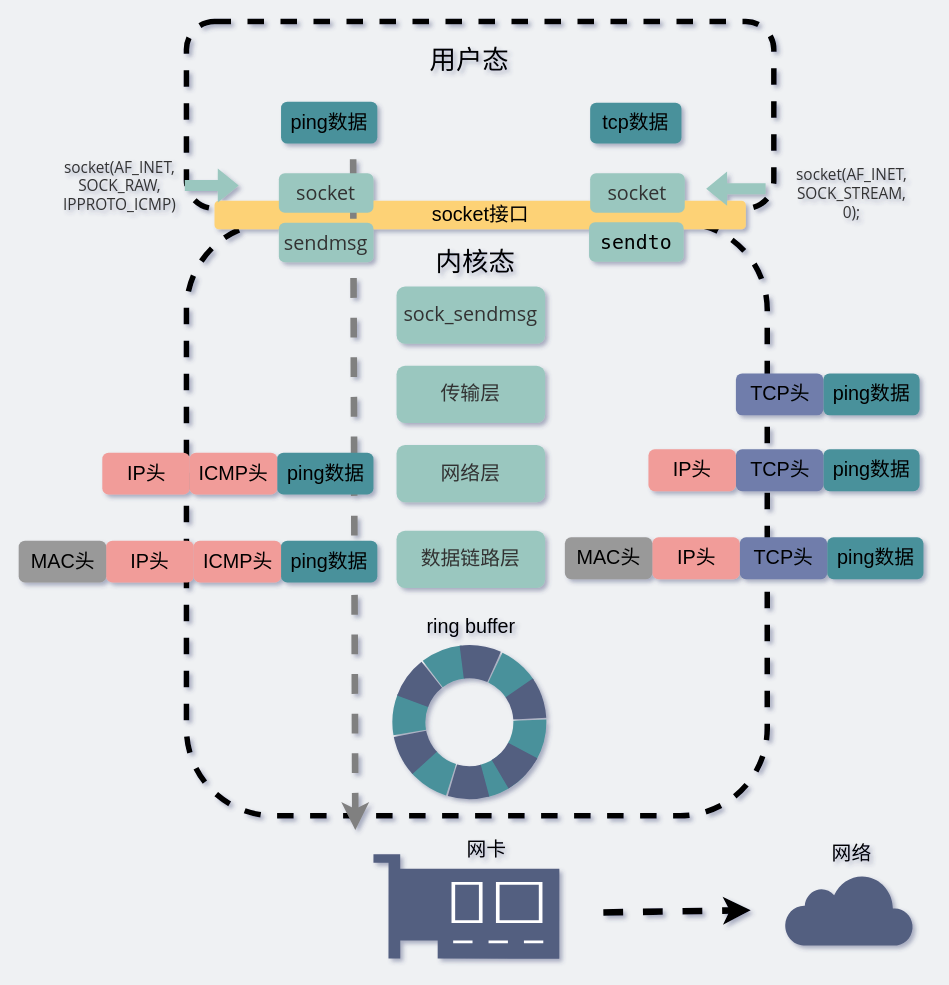
The draw.io diagram network/ping回环地址.drawio in xiaobaiTech/image, before the edit. Source tidied: cells renumbered, new cells numbered last; positions are measured from the earlier drawing's top-left corner, leaving out a move shared by most shapes. Both pictures are drawn from the tidied source at 110%, with x=0, y=0 at pixel (19, 21).
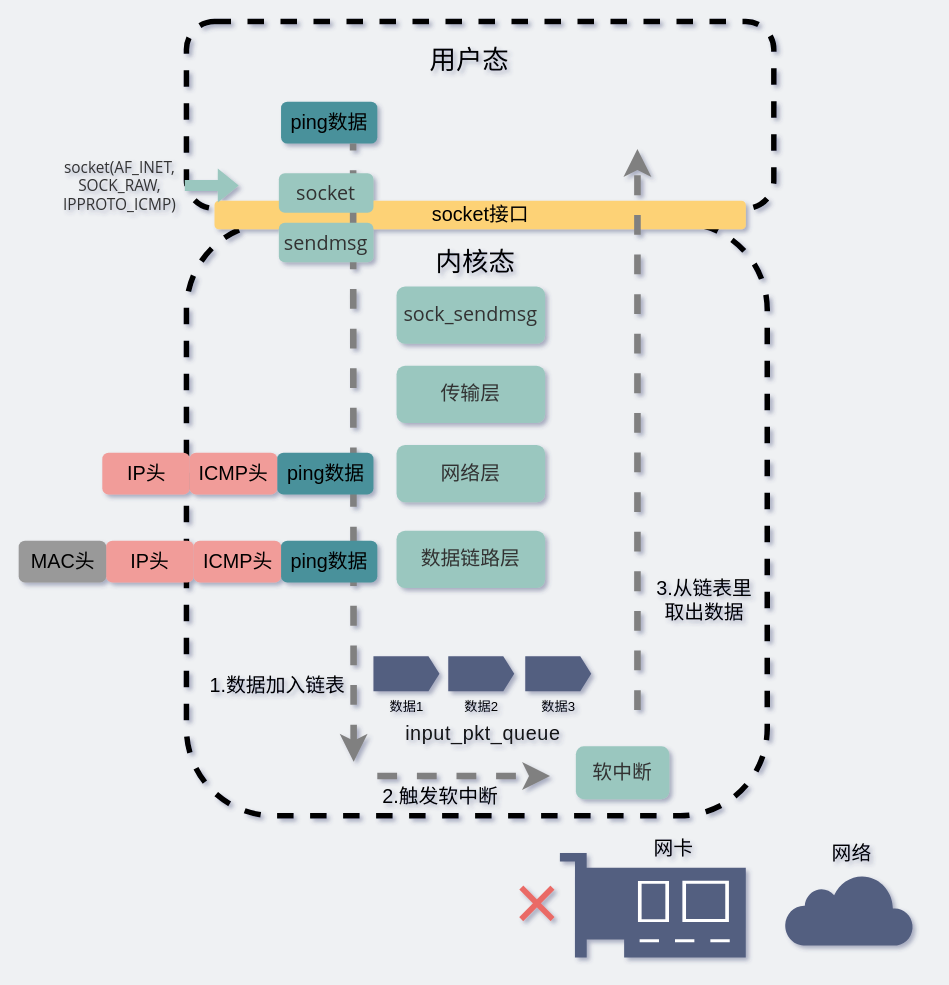
Above is the later version.

What changed in the source:
```diff
@@
-    <mxCell id="7" value="&lt;font style=&quot;font-size: 18px&quot;&gt;tcp数据&lt;/font&gt;" style="rounded=1;whiteSpace=wrap;html=1;strokeColor=none;fillColor=#4A919B;" parent="1" vertex="1">
-      <mxGeometry x="519" y="73.8" width="83" height="37.2" as="geometry" />
-    </mxCell>
-    <mxCell id="8" value="&lt;div style=&quot;font-family: &amp;quot;menlo&amp;quot; , &amp;quot;monaco&amp;quot; , &amp;quot;courier new&amp;quot; , monospace ; line-height: 23px&quot;&gt;&lt;span style=&quot;&quot;&gt;&lt;font style=&quot;font-size: 18px&quot;&gt;sendto&lt;/font&gt;&lt;/span&gt;&lt;/div&gt;" style="rounded=1;whiteSpace=wrap;html=1;strokeColor=none;fillColor=#9AC7BF;labelBackgroundColor=none;" parent="1" vertex="1">
-      <mxGeometry x="518" y="182.5" width="86" height="36" as="geometry" />
-    </mxCell>
@@
-    <mxCell id="12" value="&lt;span style=&quot;color: rgb(51 , 51 , 51) ; font-family: &amp;#34;open sans&amp;#34; , &amp;#34;clear sans&amp;#34; , &amp;#34;helvetica neue&amp;#34; , &amp;#34;helvetica&amp;#34; , &amp;#34;arial&amp;#34; , sans-serif&quot;&gt;&lt;font style=&quot;font-size: 14px&quot;&gt;socket(AF_INET, SOCK_STREAM, 0);&lt;/font&gt;&lt;/span&gt;" style="text;html=1;strokeColor=none;align=center;verticalAlign=middle;whiteSpace=wrap;rounded=0;dashed=1;labelBackgroundColor=none;" parent="1" vertex="1">
-      <mxGeometry x="737" y="147" width="40" height="20" as="geometry" />
-    </mxCell>
@@
-    <mxCell id="15" style="shape=flexArrow;endArrow=classic;html=1;strokeColor=none;fillColor=#9AC7BF;labelBackgroundColor=none;" parent="1" edge="1">
-      <mxGeometry relative="1" as="geometry">
-        <mxPoint x="679" y="152" as="sourcePoint" />
-        <mxPoint x="624" y="152" as="targetPoint" />
-      </mxGeometry>
-    </mxCell>
@@
     <mxCell id="17" style="shadow=0;dashed=0;html=1;strokeColor=none;labelPosition=center;verticalLabelPosition=bottom;verticalAlign=top;align=center;shape=mxgraph.veeam2.network_card;fillColor=#535E80;" parent="1" vertex="1">
-      <mxGeometry x="322" y="757" width="169" height="95" as="geometry" />
+      <mxGeometry x="491.5" y="756" width="169" height="95" as="geometry" />
     </mxCell>
-    <mxCell id="18" style="ellipse;whiteSpace=wrap;html=1;dashed=1;fontSize=18;strokeWidth=30;fillColor=none;strokeColor=#4A919B;rotation=45;dashPattern=1 1;" parent="1" vertex="1">
-      <mxGeometry x="354.2" y="582" width="110" height="110" as="geometry" />
-    </mxCell>
-    <mxCell id="19" style="ellipse;whiteSpace=wrap;html=1;dashed=1;fontSize=18;strokeWidth=30;fillColor=none;rotation=75;dashPattern=1 1;strokeColor=#535E80;" parent="1" vertex="1">
-      <mxGeometry x="354.2" y="582" width="110" height="110" as="geometry" />
-    </mxCell>
-    <mxCell id="20" value="ring buffer" style="text;html=1;strokeColor=none;fillColor=none;align=center;verticalAlign=middle;whiteSpace=wrap;rounded=0;dashed=1;dashPattern=1 1;fontSize=18;" parent="1" vertex="1">
-      <mxGeometry x="357.5" y="538" width="106" height="24" as="geometry" />
-    </mxCell>
     <mxCell id="21" value="网卡" style="text;html=1;strokeColor=none;fillColor=none;align=center;verticalAlign=middle;whiteSpace=wrap;rounded=0;dashed=1;dashPattern=1 1;fontSize=18;" parent="1" vertex="1">
-      <mxGeometry x="372" y="741" width="106" height="24" as="geometry" />
+      <mxGeometry x="541.5" y="740" width="106" height="24" as="geometry" />
     </mxCell>
@@
-    <mxCell id="23" value="&lt;span style=&quot;color: rgb(51, 51, 51); font-family: &amp;quot;open sans&amp;quot;, &amp;quot;clear sans&amp;quot;, &amp;quot;helvetica neue&amp;quot;, helvetica, arial, sans-serif;&quot;&gt;&lt;font style=&quot;font-size: 18px&quot;&gt;socket&lt;/font&gt;&lt;/span&gt;" style="rounded=1;whiteSpace=wrap;html=1;strokeColor=none;fillColor=#9AC7BF;labelBackgroundColor=none;" parent="1" vertex="1">
-      <mxGeometry x="519" y="138" width="86" height="36" as="geometry" />
-    </mxCell>
     <mxCell id="24" style="endArrow=none;dashed=1;html=1;labelBackgroundColor=none;fontSize=18;fontColor=#9AC7BF;fillColor=#9AC7BF;startArrow=classic;startFill=1;strokeWidth=6;strokeColor=#808080;" parent="1" edge="1">
       <mxGeometry relative="1" as="geometry">
-        <mxPoint x="305.5" y="735" as="sourcePoint" />
+        <mxPoint x="304" y="673" as="sourcePoint" />
         <mxPoint x="303.5" y="111" as="targetPoint" />
       </mxGeometry>
     </mxCell>
-    <mxCell id="25" style="endArrow=classic;dashed=1;html=1;labelBackgroundColor=none;fontSize=18;fontColor=#9AC7BF;strokeWidth=6;fillColor=#9AC7BF;endFill=1;" parent="1" edge="1">
-      <mxGeometry relative="1" as="geometry">
-        <mxPoint x="531" y="810" as="sourcePoint" />
-        <mxPoint x="665" y="808" as="targetPoint" />
-      </mxGeometry>
-    </mxCell>
@@
-    <mxCell id="35" value="&lt;font style=&quot;font-size: 18px&quot;&gt;ping数据&lt;/font&gt;" style="rounded=1;whiteSpace=wrap;html=1;strokeColor=none;fillColor=#4A919B;" parent="1" vertex="1">
-      <mxGeometry x="731" y="389" width="87.5" height="38" as="geometry" />
-    </mxCell>
-    <mxCell id="36" value="&lt;font style=&quot;font-size: 18px&quot;&gt;TCP头&lt;/font&gt;" style="rounded=1;whiteSpace=wrap;html=1;strokeColor=none;fillColor=#6F7DAB;" parent="1" vertex="1">
-      <mxGeometry x="651.5" y="389" width="79.5" height="38" as="geometry" />
-    </mxCell>
-    <mxCell id="37" value="&lt;font style=&quot;font-size: 18px&quot;&gt;IP头&lt;/font&gt;" style="rounded=1;whiteSpace=wrap;html=1;strokeColor=none;fillColor=#F19C99;" parent="1" vertex="1">
-      <mxGeometry x="572" y="389" width="79.5" height="38" as="geometry" />
-    </mxCell>
-    <mxCell id="38" value="&lt;font style=&quot;font-size: 18px&quot;&gt;ping数据&lt;/font&gt;" style="rounded=1;whiteSpace=wrap;html=1;strokeColor=none;fillColor=#4A919B;" parent="1" vertex="1">
-      <mxGeometry x="734.5" y="469" width="87.5" height="38" as="geometry" />
-    </mxCell>
-    <mxCell id="39" value="&lt;span style=&quot;font-size: 18px&quot;&gt;TCP头&lt;/span&gt;" style="rounded=1;whiteSpace=wrap;html=1;strokeColor=none;fillColor=#6F7DAB;" parent="1" vertex="1">
-      <mxGeometry x="655" y="469" width="79.5" height="38" as="geometry" />
-    </mxCell>
-    <mxCell id="40" value="&lt;font style=&quot;font-size: 18px&quot;&gt;IP头&lt;/font&gt;" style="rounded=1;whiteSpace=wrap;html=1;strokeColor=none;fillColor=#F19C99;" parent="1" vertex="1">
-      <mxGeometry x="575.5" y="469" width="79.5" height="38" as="geometry" />
-    </mxCell>
-    <mxCell id="41" value="&lt;font style=&quot;font-size: 18px&quot;&gt;MAC头&lt;/font&gt;" style="rounded=1;whiteSpace=wrap;html=1;strokeColor=none;fillColor=#999999;" parent="1" vertex="1">
-      <mxGeometry x="496" y="469" width="79.5" height="38" as="geometry" />
-    </mxCell>
-    <mxCell id="42" value="&lt;font style=&quot;font-size: 18px&quot;&gt;ping数据&lt;/font&gt;" style="rounded=1;whiteSpace=wrap;html=1;strokeColor=none;fillColor=#4A919B;" parent="1" vertex="1">
-      <mxGeometry x="731" y="320" width="87.5" height="38" as="geometry" />
-    </mxCell>
-    <mxCell id="43" value="&lt;font style=&quot;font-size: 18px&quot;&gt;TCP头&lt;/font&gt;" style="rounded=1;whiteSpace=wrap;html=1;strokeColor=none;fillColor=#6F7DAB;" parent="1" vertex="1">
-      <mxGeometry x="651.5" y="320" width="79.5" height="38" as="geometry" />
-    </mxCell>
@@
+    <mxCell id="46" value="&lt;font style=&quot;font-size: 72px&quot; color=&quot;#ea6b66&quot;&gt;×&lt;/font&gt;" style="text;html=1;strokeColor=none;fillColor=none;align=center;verticalAlign=middle;whiteSpace=wrap;rounded=0;sketch=0;fontSize=100;" parent="1" vertex="1">
+      <mxGeometry x="417" y="745" width="108" height="89" as="geometry" />
+    </mxCell>
+    <mxCell id="47" value="数据1" style="shape=mxgraph.arrows2.arrow;verticalLabelPosition=bottom;shadow=0;dashed=0;align=center;html=1;verticalAlign=top;strokeWidth=1;dy=0;dx=10;notch=0;sketch=0;strokeColor=none;fillColor=#535E80;" parent="1" vertex="1">
+      <mxGeometry x="322" y="577" width="60" height="32" as="geometry" />
+    </mxCell>
+    <mxCell id="48" value="&lt;span style=&quot;font-family: , &amp;#34;simsun&amp;#34; ; font-size: 12px ; background-color: inherit ; color: rgb(18 , 18 , 18) ; letter-spacing: 0.544px ; text-align: justify&quot;&gt;&amp;nbsp;&lt;/span&gt;&lt;span style=&quot;font-family: , &amp;#34;simsun&amp;#34; ; background-color: inherit ; color: rgb(18 , 18 , 18) ; letter-spacing: 0.544px ; text-align: justify&quot;&gt;&lt;font style=&quot;font-size: 18px&quot;&gt;input_pkt_queue&lt;/font&gt;&lt;/span&gt;" style="text;html=1;strokeColor=none;fillColor=none;align=center;verticalAlign=middle;whiteSpace=wrap;rounded=0;dashed=1;dashPattern=1 1;fontSize=18;" parent="1" vertex="1">
+      <mxGeometry x="344" y="633" width="152" height="29.1" as="geometry" />
+    </mxCell>
+    <mxCell id="49" value="数据2" style="shape=mxgraph.arrows2.arrow;verticalLabelPosition=bottom;shadow=0;dashed=0;align=center;html=1;verticalAlign=top;strokeWidth=1;dy=0;dx=10;notch=0;sketch=0;strokeColor=none;fillColor=#535E80;" parent="1" vertex="1">
+      <mxGeometry x="390" y="577" width="60" height="32" as="geometry" />
+    </mxCell>
+    <mxCell id="50" value="数据3" style="shape=mxgraph.arrows2.arrow;verticalLabelPosition=bottom;shadow=0;dashed=0;align=center;html=1;verticalAlign=top;strokeWidth=1;dy=0;dx=10;notch=0;sketch=0;strokeColor=none;fillColor=#535E80;" parent="1" vertex="1">
+      <mxGeometry x="460" y="577" width="60" height="32" as="geometry" />
+    </mxCell>
+    <mxCell id="51" value="&lt;span style=&quot;color: rgb(51 , 51 , 51) ; font-family: &amp;#34;open sans&amp;#34; , &amp;#34;clear sans&amp;#34; , &amp;#34;helvetica neue&amp;#34; , &amp;#34;helvetica&amp;#34; , &amp;#34;arial&amp;#34; , sans-serif ; font-size: 18px&quot;&gt;软中断&lt;/span&gt;" style="rounded=1;whiteSpace=wrap;html=1;strokeColor=none;fontSize=18;fillColor=#9AC7BF;labelBackgroundColor=none;" parent="1" vertex="1">
+      <mxGeometry x="506" y="659" width="85" height="48" as="geometry" />
+    </mxCell>
+    <mxCell id="52" value="&lt;font style=&quot;font-size: 18px&quot;&gt;1.数据加入链表&lt;/font&gt;" style="text;html=1;strokeColor=none;fillColor=none;align=center;verticalAlign=middle;whiteSpace=wrap;rounded=0;sketch=0;" parent="1" vertex="1">
+      <mxGeometry x="172" y="587" width="126" height="34" as="geometry" />
+    </mxCell>
+    <mxCell id="53" value="&lt;font style=&quot;font-size: 18px&quot;&gt;2.触发软中断&lt;/font&gt;" style="text;html=1;strokeColor=none;fillColor=none;align=center;verticalAlign=middle;whiteSpace=wrap;rounded=0;sketch=0;" parent="1" vertex="1">
+      <mxGeometry x="320" y="688" width="126" height="34" as="geometry" />
+    </mxCell>
+    <mxCell id="54" style="endArrow=classic;html=1;strokeWidth=6;dashed=1;strokeColor=#808080;" parent="1" edge="1">
+      <mxGeometry relative="1" as="geometry">
+        <mxPoint x="325.5" y="686" as="sourcePoint" />
+        <mxPoint x="482.5" y="686" as="targetPoint" />
+      </mxGeometry>
+    </mxCell>
+    <mxCell id="55" style="endArrow=classic;dashed=1;html=1;labelBackgroundColor=none;fontSize=18;fontColor=#9AC7BF;fillColor=#9AC7BF;startArrow=none;startFill=0;strokeWidth=6;strokeColor=#808080;endFill=1;exitX=0.731;exitY=0.755;exitDx=0;exitDy=0;exitPerimeter=0;" parent="1" edge="1">
+      <mxGeometry relative="1" as="geometry">
+        <mxPoint x="562" y="625.9" as="sourcePoint" />
+        <mxPoint x="562" y="116" as="targetPoint" />
+      </mxGeometry>
+    </mxCell>
+    <mxCell id="56" value="&lt;font style=&quot;font-size: 18px&quot;&gt;3.从链表里&lt;br&gt;取出数据&lt;/font&gt;" style="text;html=1;strokeColor=none;fillColor=none;align=center;verticalAlign=middle;whiteSpace=wrap;rounded=0;sketch=0;" parent="1" vertex="1">
+      <mxGeometry x="560" y="510" width="126" height="34" as="geometry" />
+    </mxCell>
```
